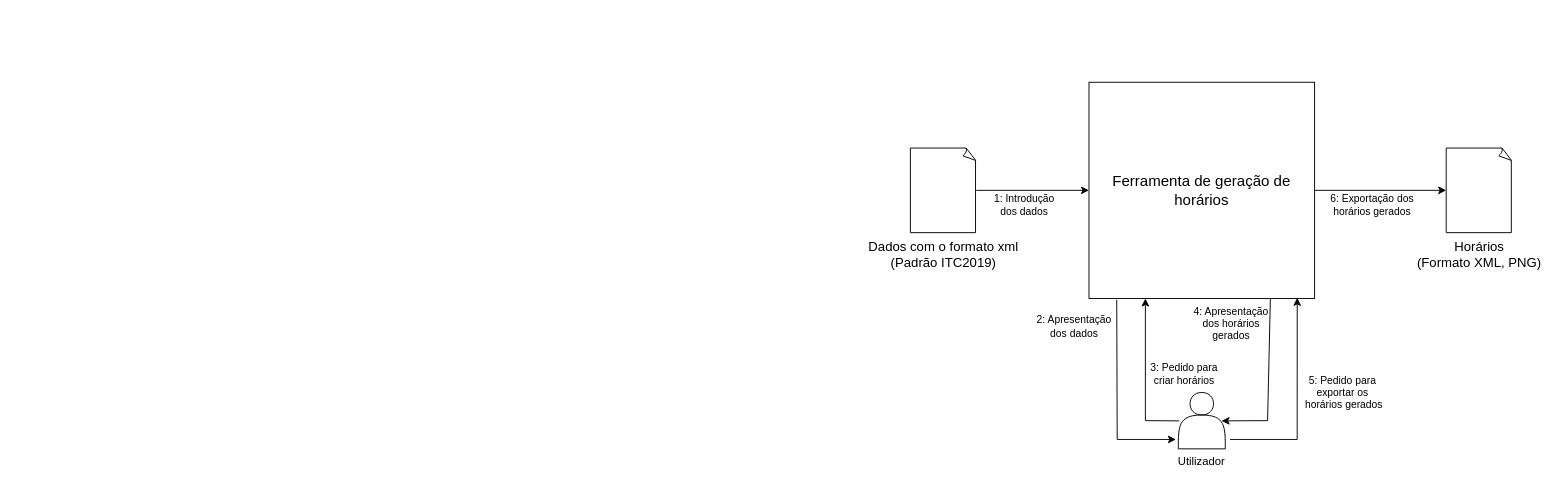
This is diagramas/diagrama_geral.drawio from RRamos19/Master-Thesis, a draw.io file, before an edit. Source tidied: cells renumbered, new cells numbered last; positions are measured from the earlier drawing's top-left corner, leaving out a move shared by most shapes. Both pictures are drawn from the tidied source at 94%, with x=0, y=0 at pixel (910, 82).
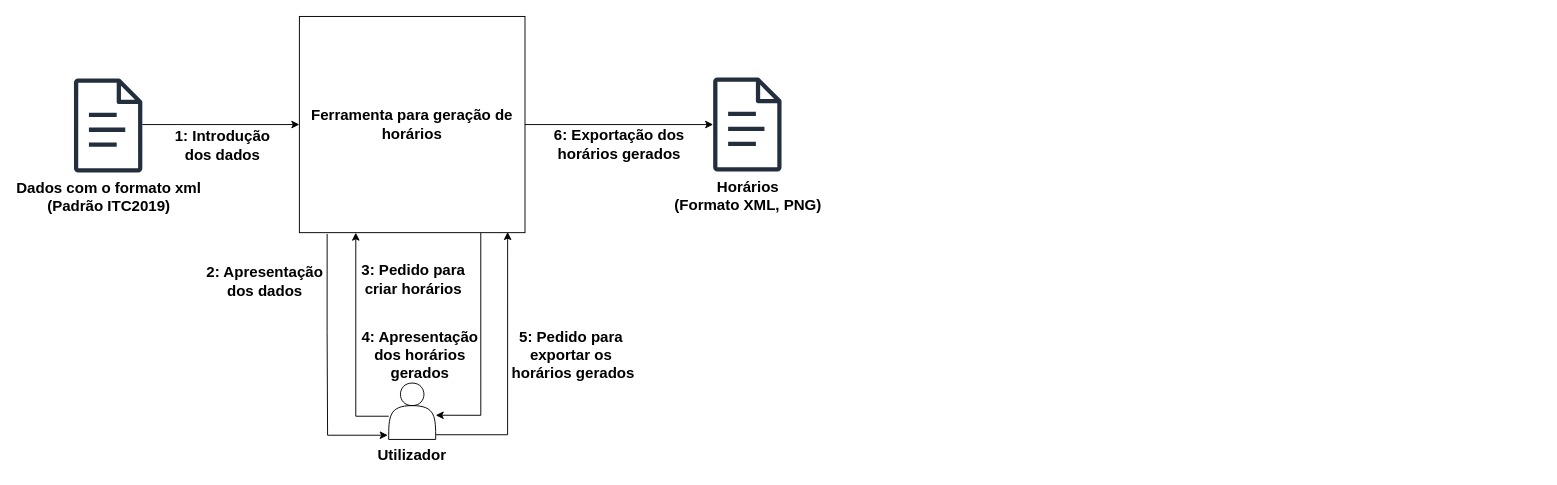
Above is the later version.

What changed in the source:
```diff
@@
-    <mxCell id="2" value="Ferramenta de geração de horários" style="rounded=0;whiteSpace=wrap;html=1;labelBorderColor=none;textShadow=0;fontSize=16;" parent="1" vertex="1">
-      <mxGeometry x="190" width="240" height="230" as="geometry" />
+    <mxCell id="2" value="Ferramenta para geração de horários" style="rounded=0;whiteSpace=wrap;html=1;labelBorderColor=none;textShadow=0;fontSize=16;fontStyle=1;" parent="1" vertex="1">
+      <mxGeometry x="-650" y="-70" width="240" height="230" as="geometry" />
     </mxCell>
-    <mxCell id="3" value="&lt;font&gt;Dados com o formato xml&lt;/font&gt;&lt;div&gt;&lt;font&gt;(Padrão ITC2019)&lt;/font&gt;&lt;/div&gt;" style="html=1;shape=mxgraph.basic.document;labelPosition=center;verticalLabelPosition=bottom;align=center;verticalAlign=top;textDirection=ltr;fontSize=14;" parent="1" vertex="1">
-      <mxGeometry y="70" width="70" height="90" as="geometry" />
-    </mxCell>
-    <mxCell id="4" style="endArrow=classic;html=1;rounded=0;" parent="1" edge="1" source="3" target="2">
-      <mxGeometry relative="1" as="geometry" />
+    <mxCell id="4" style="endArrow=classic;html=1;rounded=0;edgeStyle=orthogonalEdgeStyle;" parent="1" edge="1" source="3" target="2">
+      <mxGeometry relative="1" as="geometry">
+        <Array as="points">
+          <mxPoint x="-780" y="45" />
+          <mxPoint x="-780" y="45" />
+        </Array>
+      </mxGeometry>
     </mxCell>
-    <mxCell id="5" value="1: Introdução&lt;div&gt;dos dados&lt;/div&gt;" style="edgeLabel;html=1;align=center;verticalAlign=middle;" parent="4" vertex="1">
+    <mxCell id="5" value="1: Introdução&lt;div&gt;dos dados&lt;/div&gt;" style="edgeLabel;html=1;align=center;verticalAlign=middle;fontSize=16;fontStyle=1;" parent="4" vertex="1">
       <mxGeometry x="-0.32" y="-4" relative="1" as="geometry">
-        <mxPoint x="9" y="11" as="offset" />
+        <mxPoint x="28" y="17" as="offset" />
       </mxGeometry>
     </mxCell>
-    <mxCell id="6" value="Horários&lt;div&gt;(Formato XML, PNG&lt;span style=&quot;background-color: transparent; color: light-dark(rgb(0, 0, 0), rgb(255, 255, 255));&quot;&gt;)&lt;/span&gt;&lt;/div&gt;" style="html=1;shape=mxgraph.basic.document;labelPosition=center;verticalLabelPosition=bottom;align=center;verticalAlign=top;textDirection=ltr;fontSize=14;" parent="1" vertex="1">
-      <mxGeometry x="570" y="70" width="70" height="90" as="geometry" />
-    </mxCell>
-    <mxCell id="7" style="endArrow=classic;html=1;rounded=0;" parent="1" edge="1" source="2" target="6">
+    <mxCell id="7" style="endArrow=classic;html=1;rounded=0;edgeStyle=orthogonalEdgeStyle;" parent="1" edge="1" source="2" target="6">
       <mxGeometry relative="1" as="geometry" />
     </mxCell>
-    <mxCell id="8" value="6: Exportação dos&lt;div&gt;horários gerados&lt;/div&gt;" style="edgeLabel;html=1;align=center;verticalAlign=middle;" parent="7" vertex="1">
+    <mxCell id="8" value="6: Exportação dos&lt;div&gt;horários gerados&lt;/div&gt;" style="edgeLabel;html=1;align=center;verticalAlign=middle;fontSize=16;fontStyle=1;" parent="7" vertex="1">
       <mxGeometry x="-0.27" y="2" relative="1" as="geometry">
-        <mxPoint x="9" y="17" as="offset" />
+        <mxPoint x="26" y="22" as="offset" />
       </mxGeometry>
     </mxCell>
-    <mxCell id="9" value="Utilizador" style="shape=actor;whiteSpace=wrap;html=1;labelPosition=center;verticalLabelPosition=bottom;align=center;verticalAlign=top;" parent="1" vertex="1">
-      <mxGeometry x="285" y="330" width="50" height="60" as="geometry" />
+    <mxCell id="9" value="Utilizador" style="shape=actor;whiteSpace=wrap;html=1;labelPosition=center;verticalLabelPosition=bottom;align=center;verticalAlign=top;fontStyle=1;fontSize=16;" parent="1" vertex="1">
+      <mxGeometry x="-555" y="320" width="50" height="60" as="geometry" />
     </mxCell>
-    <mxCell id="10" style="shape=ellipse;fillColor=#0065FF;strokeColor=none;html=1;sketch=0;" parent="1" vertex="1">
-      <mxGeometry x="286" y="357" height="6.5" as="geometry" />
+    <mxCell id="10" style="shape=ellipse;fillColor=none;strokeColor=none;html=1;sketch=0;" parent="1" vertex="1">
+      <mxGeometry x="-555" y="351" width="10" height="8.5" as="geometry" />
     </mxCell>
-    <mxCell id="11" style="endArrow=classic;html=1;rounded=0;entryX=0.25;entryY=1;entryDx=0;entryDy=0;" parent="1" edge="1" source="10" target="2">
+    <mxCell id="11" style="endArrow=classic;html=1;rounded=0;entryX=0.25;entryY=1;entryDx=0;entryDy=0;edgeStyle=orthogonalEdgeStyle;" parent="1" edge="1" source="10" target="2">
       <mxGeometry relative="1" as="geometry">
         <Array as="points">
-          <mxPoint x="250" y="360" />
+          <mxPoint x="-590" y="355" />
         </Array>
       </mxGeometry>
     </mxCell>
-    <mxCell id="12" value="3: Pedido p&lt;span style=&quot;background-color: light-dark(#ffffff, var(--ge-dark-color, #121212)); color: light-dark(rgb(0, 0, 0), rgb(255, 255, 255));&quot;&gt;ara&lt;/span&gt;&lt;div&gt;&lt;span style=&quot;background-color: light-dark(#ffffff, var(--ge-dark-color, #121212)); color: light-dark(rgb(0, 0, 0), rgb(255, 255, 255));&quot;&gt;criar horários&lt;/span&gt;&lt;/div&gt;" style="edgeLabel;html=1;align=center;verticalAlign=middle;" parent="11" vertex="1">
+    <mxCell id="12" value="3: Pedido p&lt;span style=&quot;background-color: light-dark(#ffffff, var(--ge-dark-color, #121212)); color: light-dark(rgb(0, 0, 0), rgb(255, 255, 255));&quot;&gt;ara&lt;/span&gt;&lt;div&gt;&lt;span style=&quot;background-color: light-dark(#ffffff, var(--ge-dark-color, #121212)); color: light-dark(rgb(0, 0, 0), rgb(255, 255, 255));&quot;&gt;criar horários&lt;/span&gt;&lt;/div&gt;" style="edgeLabel;html=1;align=center;verticalAlign=middle;fontSize=16;fontStyle=1;" parent="11" vertex="1">
       <mxGeometry x="0.44" y="-1" relative="1" as="geometry">
-        <mxPoint x="39" y="34" as="offset" />
+        <mxPoint x="59" y="-15" as="offset" />
       </mxGeometry>
     </mxCell>
-    <mxCell id="13" value="4: Apresentação&lt;div&gt;dos horários&lt;/div&gt;&lt;div&gt;gerados&lt;/div&gt;" style="edgeLabel;html=1;align=center;verticalAlign=middle;" parent="11" vertex="1">
+    <mxCell id="13" value="4: Apresentação&lt;div&gt;dos horários&lt;/div&gt;&lt;div&gt;gerados&lt;/div&gt;" style="edgeLabel;html=1;align=center;verticalAlign=middle;fontSize=16;fontStyle=1;" parent="11" vertex="1">
       <mxGeometry x="0.44" y="-1" relative="1" as="geometry">
-        <mxPoint x="89" y="-20" as="offset" />
+        <mxPoint x="66" y="65" as="offset" />
       </mxGeometry>
     </mxCell>
-    <mxCell id="14" value="5: Pedido para&amp;nbsp;&lt;div&gt;exportar os&amp;nbsp;&lt;/div&gt;&lt;div&gt;horários gerados&lt;/div&gt;" style="edgeLabel;html=1;align=center;verticalAlign=middle;" parent="11" vertex="1">
+    <mxCell id="14" value="5: Pedido para&amp;nbsp;&lt;div&gt;exportar os&amp;nbsp;&lt;/div&gt;&lt;div&gt;horários gerados&lt;/div&gt;" style="edgeLabel;html=1;align=center;verticalAlign=middle;fontSize=16;fontStyle=1;" parent="11" vertex="1">
       <mxGeometry x="0.44" y="-1" relative="1" as="geometry">
-        <mxPoint x="209" y="53" as="offset" />
+        <mxPoint x="229" y="65" as="offset" />
       </mxGeometry>
     </mxCell>
-    <mxCell id="15" style="endArrow=classic;html=1;rounded=0;entryX=0;entryY=0;entryDx=0;entryDy=0;exitX=0.123;exitY=1.006;exitDx=0;exitDy=0;exitPerimeter=0;" parent="1" edge="1" source="2" target="17">
+    <mxCell id="15" style="endArrow=classic;html=1;rounded=0;exitX=0.123;exitY=1.006;exitDx=0;exitDy=0;exitPerimeter=0;entryX=0;entryY=0.5;entryDx=0;entryDy=0;edgeStyle=orthogonalEdgeStyle;" parent="1" edge="1" source="2" target="17">
       <mxGeometry relative="1" as="geometry">
         <Array as="points">
-          <mxPoint x="220" y="380" />
+          <mxPoint x="-621" y="266" />
+          <mxPoint x="-620" y="375" />
         </Array>
       </mxGeometry>
     </mxCell>
-    <mxCell id="16" value="2: Apresentação&lt;br&gt;dos dados" style="edgeLabel;html=1;align=center;verticalAlign=middle;" parent="15" vertex="1">
+    <mxCell id="16" value="2: Apresentação&lt;br&gt;dos dados" style="edgeLabel;html=1;align=center;verticalAlign=middle;fontSize=16;fontStyle=1;" parent="15" vertex="1">
       <mxGeometry x="-0.24" y="2" relative="1" as="geometry">
-        <mxPoint x="-48" y="-52" as="offset" />
+        <mxPoint x="-69" y="-56" as="offset" />
       </mxGeometry>
     </mxCell>
-    <mxCell id="17" style="shape=ellipse;fillColor=#0065FF;strokeColor=none;html=1;sketch=0;" parent="1" vertex="1">
-      <mxGeometry x="280" y="380" width="5" as="geometry" />
+    <mxCell id="17" style="shape=ellipse;fillColor=none;strokeColor=none;html=1;sketch=0;" parent="1" vertex="1">
+      <mxGeometry x="-556" y="372" width="10" height="7" as="geometry" />
     </mxCell>
-    <mxCell id="18" style="rounded=0;jettySize=auto;html=1;exitX=0.804;exitY=1.001;exitDx=0;exitDy=0;exitPerimeter=0;entryX=1;entryY=0.5;entryDx=0;entryDy=0;" parent="1" edge="1" source="2" target="19">
+    <mxCell id="18" style="rounded=0;jettySize=auto;html=1;exitX=0.804;exitY=1.001;exitDx=0;exitDy=0;exitPerimeter=0;entryX=1;entryY=0.5;entryDx=0;entryDy=0;edgeStyle=orthogonalEdgeStyle;" parent="1" edge="1" source="2" target="19">
       <mxGeometry relative="1" as="geometry">
         <Array as="points">
-          <mxPoint x="380" y="360" />
+          <mxPoint x="-457" y="354" />
         </Array>
       </mxGeometry>
     </mxCell>
-    <mxCell id="19" style="shape=ellipse;fillColor=#0065FF;strokeColor=none;html=1;sketch=0;" parent="1" vertex="1">
-      <mxGeometry x="331" y="354" height="12.5" as="geometry" />
+    <mxCell id="19" style="shape=ellipse;fillColor=none;strokeColor=none;html=1;sketch=0;" parent="1" vertex="1">
+      <mxGeometry x="-514" y="350" width="9" height="8.5" as="geometry" />
     </mxCell>
-    <mxCell id="20" style="edgeStyle=orthogonalEdgeStyle;rounded=0;jettySize=auto;html=1;entryX=0.923;entryY=0.997;entryDx=0;entryDy=0;entryPerimeter=0;" parent="1" edge="1" target="2">
+    <mxCell id="20" style="edgeStyle=orthogonalEdgeStyle;rounded=0;jettySize=auto;html=1;entryX=0.923;entryY=0.997;entryDx=0;entryDy=0;entryPerimeter=0;exitX=1;exitY=0.5;exitDx=0;exitDy=0;" parent="1" edge="1" source="21" target="2">
       <mxGeometry relative="1" as="geometry">
-        <mxPoint x="340" y="380" as="sourcePoint" />
         <Array as="points">
-          <mxPoint x="340" y="380" />
-          <mxPoint x="412" y="380" />
+          <mxPoint x="-428" y="375" />
         </Array>
       </mxGeometry>
     </mxCell>
-    <mxCell id="21" style="shape=ellipse;fillColor=#0065FF;strokeColor=none;html=1;sketch=0;" parent="1" vertex="1">
-      <mxGeometry x="337" y="382" width="5" as="geometry" />
+    <mxCell id="21" style="shape=ellipse;fillColor=none;strokeColor=none;html=1;sketch=0;" parent="1" vertex="1">
+      <mxGeometry x="-518" y="370" width="13" height="10" as="geometry" />
     </mxCell>
+    <mxCell id="3" value="&lt;font style=&quot;color: rgb(0, 0, 0);&quot;&gt;Dados com o formato xml&lt;/font&gt;&lt;div style=&quot;color: rgb(0, 0, 0);&quot;&gt;(Padrão ITC2019)&lt;/div&gt;" style="sketch=0;outlineConnect=0;fontColor=#232F3E;gradientColor=none;fillColor=#232F3D;strokeColor=none;dashed=0;verticalLabelPosition=bottom;verticalAlign=top;align=center;html=1;fontSize=16;fontStyle=1;shape=mxgraph.aws4.document;" parent="1" vertex="1">
+      <mxGeometry x="-890" y="-4" width="73.1" height="100" as="geometry" />
+    </mxCell>
+    <mxCell id="6" value="&lt;span style=&quot;color: rgb(0, 0, 0);&quot;&gt;Horários&lt;/span&gt;&lt;div style=&quot;color: rgb(0, 0, 0);&quot;&gt;(Formato XML, PNG&lt;span style=&quot;background-color: transparent; color: light-dark(rgb(0, 0, 0), rgb(255, 255, 255));&quot;&gt;)&lt;/span&gt;&lt;/div&gt;" style="sketch=0;outlineConnect=0;fontColor=#232F3E;gradientColor=none;fillColor=#232F3D;strokeColor=none;dashed=0;verticalLabelPosition=bottom;verticalAlign=top;align=center;html=1;fontSize=16;fontStyle=1;shape=mxgraph.aws4.document;" parent="1" vertex="1">
+      <mxGeometry x="-210" y="-5" width="73.1" height="100" as="geometry" />
+    </mxCell>
```
